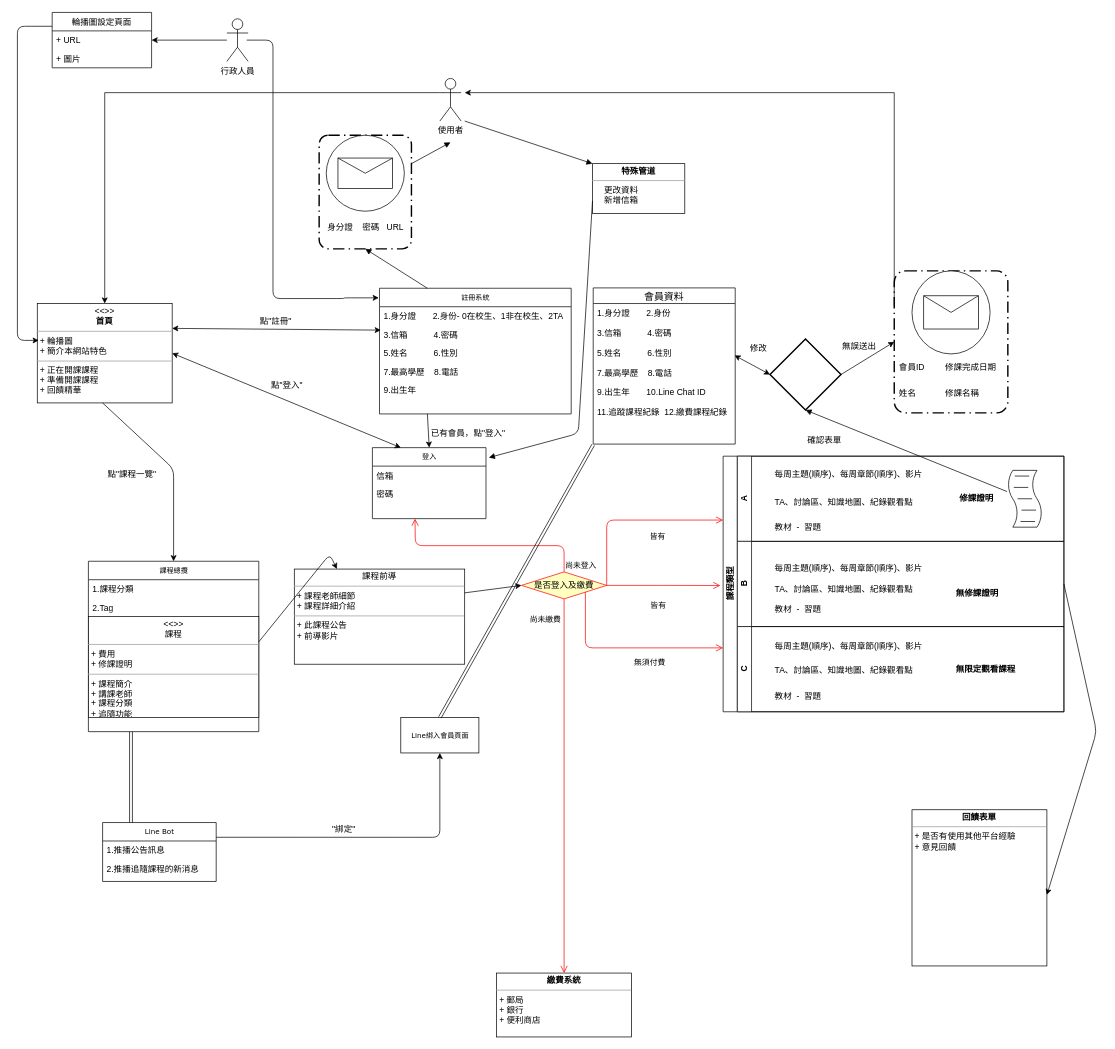
Before: nthu_cloud.drawio in bloodangle/fisrt, a draw.io diagram. Source tidied: cells renumbered, new cells numbered last; positions are measured from the earlier drawing's top-left corner, leaving out a move shared by most shapes. Both pictures are drawn from the tidied source at 71%, with x=0, y=0 at pixel (17, 12).
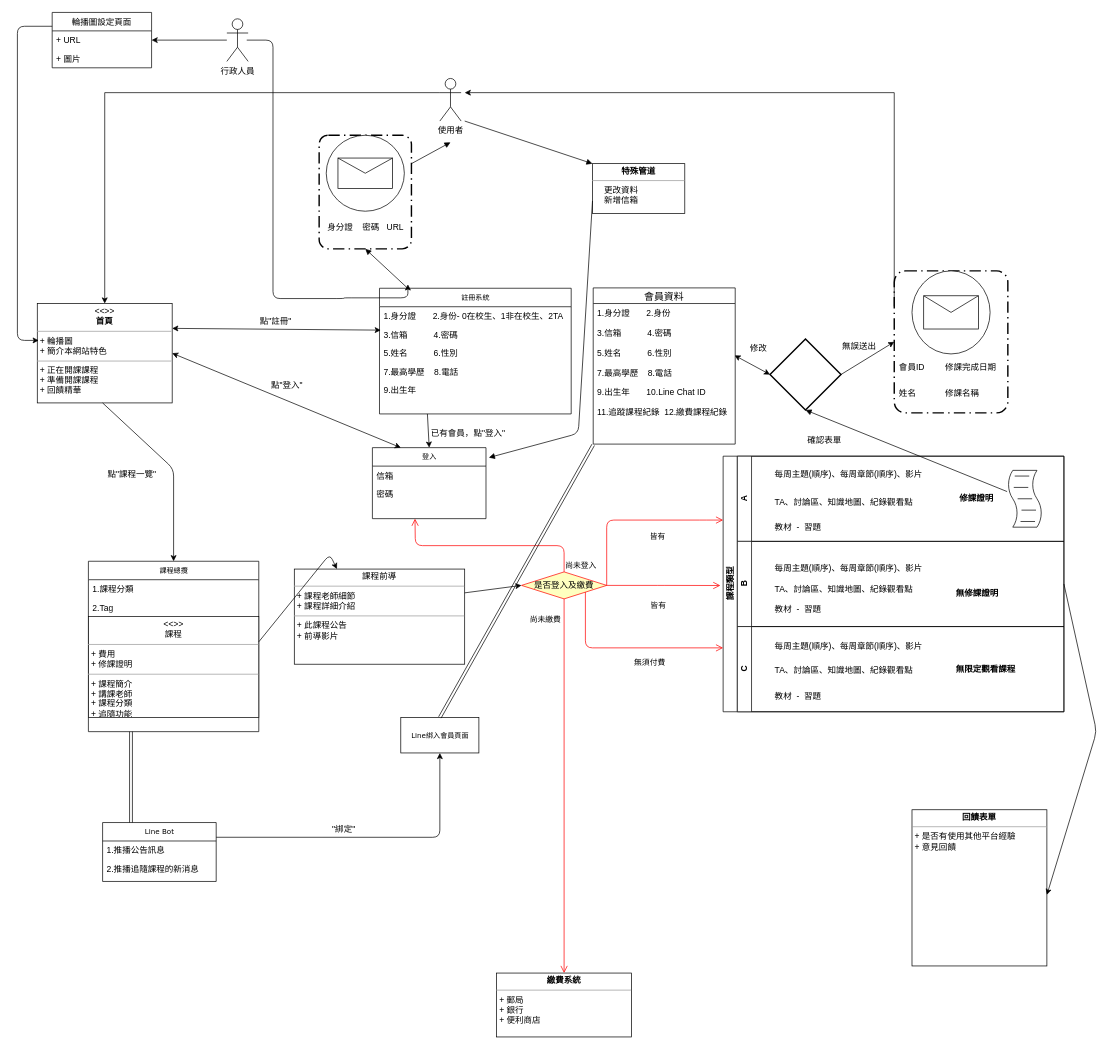
The same diagram, later.

Unchanged cells that the change refers to:
```xml
<mxCell id="18" value="註冊系統" style="swimlane;html=1;fontStyle=0;horizontal=1;startSize=26;fillColor=none;swimlaneFillColor=#ffffff;rounded=0;shadow=0;comic=0;labelBackgroundColor=none;strokeColor=#000000;strokeWidth=1;fontFamily=Verdana;fontSize=10;fontColor=#000000;align=center;" parent="1" vertex="1">
  <mxGeometry x="510" y="388.5" width="270" height="177" as="geometry" />
</mxCell>
<mxCell id="86" style="rounded=1;arcSize=10;dashed=1;strokeColor=#000000;fillColor=none;gradientColor=none;dashPattern=8 3 1 3;strokeWidth=2;" parent="1" vertex="1">
  <mxGeometry x="425" y="173" width="130" height="160" as="geometry" />
</mxCell>
```

Diff of the diagram source:
```diff
@@
     <mxCell id="85" style="edgeStyle=segmentEdgeStyle;endArrow=classic;html=1;" parent="1" edge="1">
       <mxGeometry relative="1" as="geometry">
         <mxPoint x="323" y="39" as="sourcePoint" />
-        <mxPoint x="509" y="402" as="targetPoint" />
+        <mxPoint x="550" y="383" as="targetPoint" />
         <Array as="points">
           <mxPoint x="360" y="39" />
           <mxPoint x="360" y="403" />
           <mxPoint x="460" y="403" />
           <mxPoint x="460" y="402" />
         </Array>
       </mxGeometry>
     </mxCell>
@@
-    <mxCell id="90" style="endArrow=block;endFill=1;endSize=6;html=1;exitX=0.25;exitY=0;exitDx=0;exitDy=0;entryX=0.5;entryY=1;entryDx=0;entryDy=0;" parent="1" edge="1" source="18" target="86">
+    <mxCell id="90" style="endArrow=block;endFill=1;endSize=6;html=1;entryX=0.5;entryY=1;entryDx=0;entryDy=0;" parent="1" edge="1" source="18" target="86">
       <mxGeometry relative="1" as="geometry" />
     </mxCell>
```
